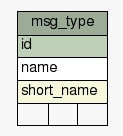
The Graphviz diagram db_schema/diagrams/summary/msg_type.1degree.png in okharch/avox, before a commit. Its source is kept beside it as db_schema/diagrams/summary/msg_type.1degree.dot.
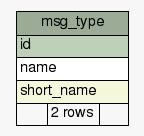
The same diagram one commit later.

The edit, as a diff of the source:
```diff
@@ -22,7 +22,7 @@
       <TR><TD PORT="id" COLSPAN="3" BGCOLOR="#bed1b8" ALIGN="LEFT">id</TD></TR>
       <TR><TD PORT="name" COLSPAN="3" ALIGN="LEFT">name</TD></TR>
       <TR><TD PORT="short_name" COLSPAN="3" BGCOLOR="#f4f7da" ALIGN="LEFT">short_name</TD></TR>
-      <TR><TD ALIGN="LEFT" BGCOLOR="#f7f7f7">  </TD><TD ALIGN="RIGHT" BGCOLOR="#f7f7f7">  </TD><TD ALIGN="RIGHT" BGCOLOR="#f7f7f7">  </TD></TR>
+      <TR><TD ALIGN="LEFT" BGCOLOR="#f7f7f7">  </TD><TD ALIGN="RIGHT" BGCOLOR="#f7f7f7">2 rows</TD><TD ALIGN="RIGHT" BGCOLOR="#f7f7f7">  </TD></TR>
     </TABLE>>
     URL="tables/msg_type.html"
     tooltip="msg_type"
```
